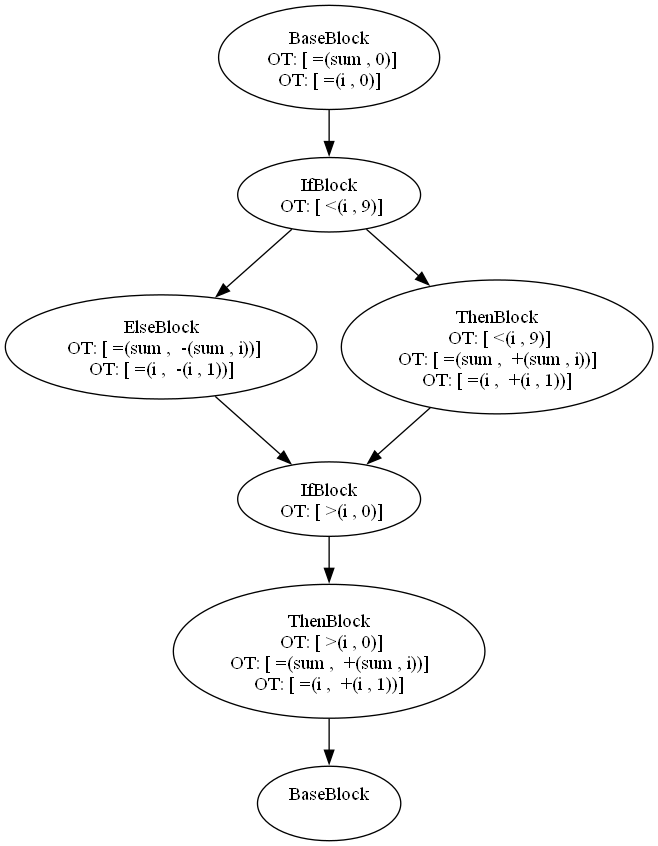
aveen007/CountingMonkeys keeps this Graphviz diagram as cpoCompilerWin/cfgi0.dot.png. Above is the earlier version. Its source is kept beside it as cpoCompilerWin/cfgi0.dot.
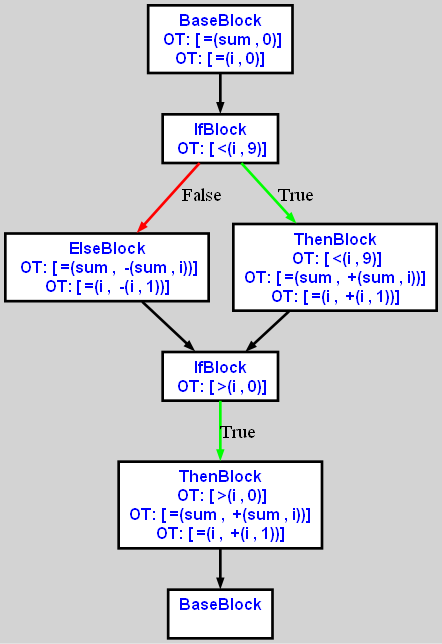
Later version of the same file.

What changed in the source:
```diff
@@ -1,28 +1,30 @@
 digraph G {
-    n000001C75728CBB0 [label="BaseBlock\n OT: [ =(sum , 0)]
+ordering=out;
+ranksep=.4;
+bgcolor="lightgrey";  node [shape=box, fixedsize=false, fontsize=12, fontname="Helvetica-bold", fontcolor="blue"
+width=.25, height=.25, color="black", fillcolor="white", style="filled, solid, bold"];
+
+edge [arrowsize=.5, color="black", style="bold"]    n000001FBE178CC10 [label="BaseBlock\n OT: [ =(sum , 0)]
 OT: [ =(i , 0)]
 "]
-    n000001C75728CBB0 -> n000001C75728C9F0
-    n000001C75728C9F0 [label="IfBlock\n OT: [ <(i , 9)]
+    n000001FBE178CC10 -> n000001FBE178CD60
+    n000001FBE178CD60 [label="IfBlock\n OT: [ <(i , 9)]
 "]
-    n000001C75728C980 [label="ElseBlock\n OT: [ =(sum ,  -(sum , i))]
+    n000001FBE178D150 [label="ElseBlock\n OT: [ =(sum ,  -(sum , i))]
 OT: [ =(i ,  -(i , 1))]
 "]
-    n000001C75728CC20 [label="ThenBlock\n OT: [ <(i , 9)]
+    n000001FBE178D070 [label="ThenBlock\n OT: [ <(i , 9)]
 OT: [ =(sum ,  +(sum , i))]
 OT: [ =(i ,  +(i , 1))]
 "]
-    n000001C75728C9F0 -> n000001C75728C980
-    n000001C75728C980 -> n000001C75728D390
-    n000001C75728C9F0 -> n000001C75728CC20
-    n000001C75728CC20 -> n000001C75728D390
-    n000001C75728D390 [label="IfBlock\n OT: [ >(i , 0)]
+    n000001FBE178CD60 -> n000001FBE178D150 [label="False" color="red"]
+    n000001FBE178D150 -> n000001FBE178CDD0    n000001FBE178CD60 -> n000001FBE178D070 [label="True" color="green"]
+    n000001FBE178D070 -> n000001FBE178CDD0    n000001FBE178CDD0 [label="IfBlock\n OT: [ >(i , 0)]
 "]
-    n000001C75728C670 [label="ThenBlock\n OT: [ >(i , 0)]
+    n000001FBE178CA50 [label="ThenBlock\n OT: [ >(i , 0)]
 OT: [ =(sum ,  +(sum , i))]
 OT: [ =(i ,  +(i , 1))]
 "]
-    n000001C75728D390 -> n000001C75728C670
-    n000001C75728C670 -> n000001C75728C830
-    n000001C75728C830 [label="BaseBlock\n "]
+    n000001FBE178CDD0 -> n000001FBE178CA50 [label="True" color="green"]
+    n000001FBE178CA50 -> n000001FBE178CAC0    n000001FBE178CAC0 [label="BaseBlock\n "]
 }
```
